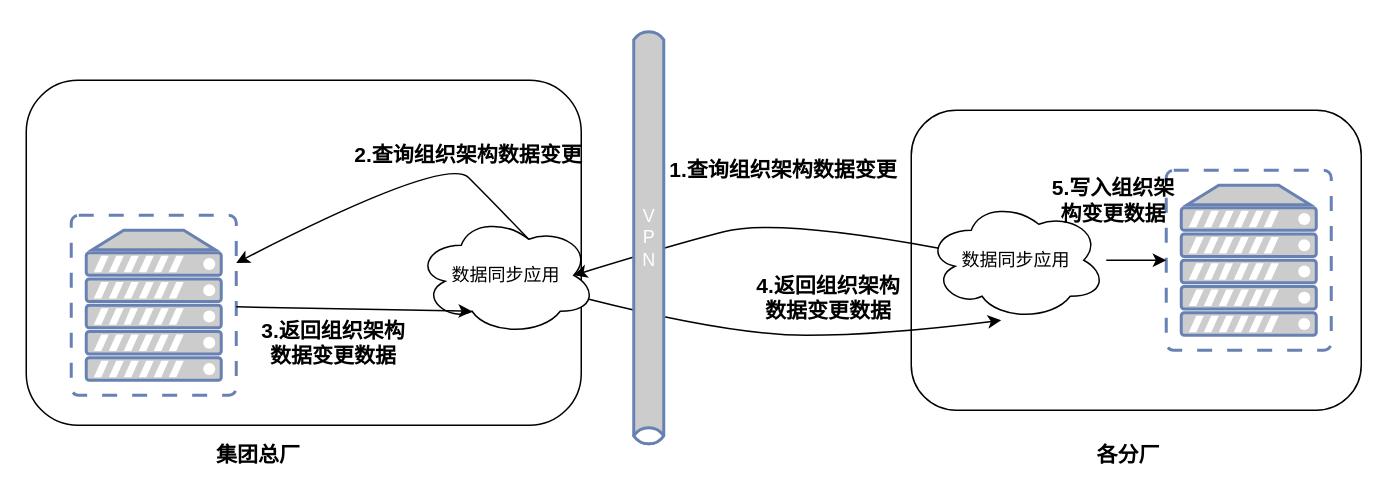
Earlier version of the draw.io diagram supfusion/延长石油/总分厂数据同步.drawio (publisherfk/diagrams). Source tidied: cells renumbered, new cells numbered last; positions are measured from the earlier drawing's top-left corner, leaving out a move shared by most shapes. Both pictures are drawn from the tidied source at 150%, with x=0, y=0 at pixel (26, 27).
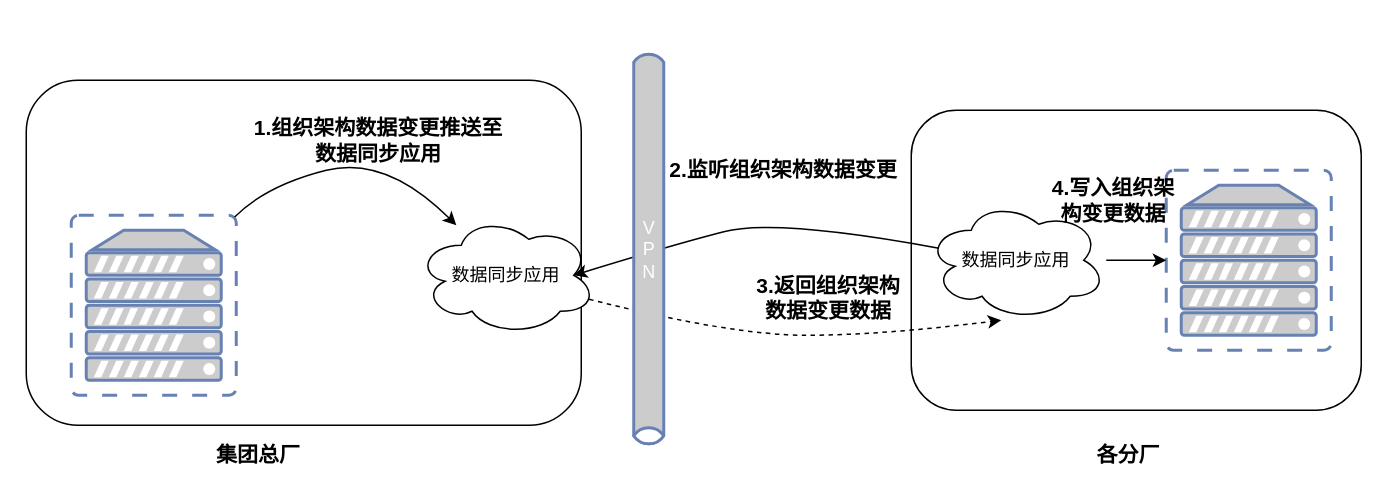
The same diagram, later.

The change refers to these unchanged cells:
```xml
<mxCell id="4" style="fontColor=#0066CC;verticalAlign=top;verticalLabelPosition=bottom;labelPosition=center;align=center;html=1;outlineConnect=0;fillColor=#CCCCCC;strokeColor=#6881B3;gradientColor=none;gradientDirection=north;strokeWidth=2;shape=mxgraph.networks.virtual_server;" parent="1" vertex="1">
  <mxGeometry x="30" y="125" width="110" height="120" as="geometry" />
</mxCell>
<mxCell id="5" value="数据同步应用" style="ellipse;shape=cloud;whiteSpace=wrap;html=1;" parent="1" vertex="1">
  <mxGeometry x="260" y="125" width="120" height="80" as="geometry" />
</mxCell>
```

What changed in the source:
```diff
@@
+    <mxCell id="3" style="rounded=1;whiteSpace=wrap;html=1;fillColor=none;" parent="1" vertex="1">
+      <mxGeometry y="35" width="370" height="230" as="geometry" />
+    </mxCell>
@@
-    <mxCell id="3" style="rounded=1;whiteSpace=wrap;html=1;fillColor=none;" parent="1" vertex="1">
-      <mxGeometry y="35" width="370" height="230" as="geometry" />
-    </mxCell>
@@
-    <mxCell id="9" style="curved=1;endArrow=classic;html=1;exitX=0.625;exitY=0.2;exitDx=0;exitDy=0;exitPerimeter=0;" parent="1" edge="1" source="5" target="4">
-      <mxGeometry relative="1" as="geometry">
-        <Array as="points">
-          <mxPoint x="310" y="115" />
-          <mxPoint x="280" y="85" />
-        </Array>
-      </mxGeometry>
-    </mxCell>
-    <mxCell id="10" value="&lt;b&gt;&lt;font style=&quot;font-size: 14px&quot;&gt;2.查询组织架构数据变更&lt;/font&gt;&lt;/b&gt;" style="text;html=1;strokeColor=none;fillColor=none;align=center;verticalAlign=middle;whiteSpace=wrap;rounded=0;" parent="1" vertex="1">
-      <mxGeometry x="210" y="75" width="170" height="20" as="geometry" />
+    <mxCell id="10" value="&lt;b&gt;&lt;font style=&quot;font-size: 14px&quot;&gt;1.组织架构数据变更推送至数据同步应用&lt;/font&gt;&lt;/b&gt;" style="text;html=1;strokeColor=none;fillColor=none;align=center;verticalAlign=middle;whiteSpace=wrap;rounded=0;" parent="1" vertex="1">
+      <mxGeometry x="150" y="65" width="170" height="20" as="geometry" />
     </mxCell>
-    <mxCell id="11" value="&lt;b&gt;&lt;font style=&quot;font-size: 14px&quot;&gt;3.返回组织架构数据变更数据&lt;/font&gt;&lt;/b&gt;" style="text;html=1;strokeColor=none;fillColor=none;align=center;verticalAlign=middle;whiteSpace=wrap;rounded=0;" parent="1" vertex="1">
-      <mxGeometry x="150" y="185" width="110" height="50" as="geometry" />
-    </mxCell>
-    <mxCell id="12" style="endArrow=classic;html=1;entryX=0.31;entryY=0.8;entryDx=0;entryDy=0;entryPerimeter=0;" parent="1" edge="1" source="4" target="5">
-      <mxGeometry relative="1" as="geometry" />
-    </mxCell>
@@
-    <mxCell id="15" style="curved=1;endArrow=classic;html=1;exitX=0.96;exitY=0.7;exitDx=0;exitDy=0;exitPerimeter=0;" parent="1" edge="1" source="5">
+    <mxCell id="15" style="curved=1;endArrow=classic;html=1;exitX=0.96;exitY=0.7;exitDx=0;exitDy=0;exitPerimeter=0;dashed=1;" parent="1" edge="1" source="5">
       <mxGeometry relative="1" as="geometry">
         <mxPoint x="650" y="195" as="targetPoint" />
         <Array as="points">
           <mxPoint x="470" y="205" />
           <mxPoint x="570" y="205" />
         </Array>
       </mxGeometry>
     </mxCell>
-    <mxCell id="16" value="&lt;b&gt;&lt;font style=&quot;font-size: 14px&quot;&gt;1.查询组织架构数据变更&lt;/font&gt;&lt;/b&gt;" style="text;html=1;strokeColor=none;fillColor=none;align=center;verticalAlign=middle;whiteSpace=wrap;rounded=0;" parent="1" vertex="1">
+    <mxCell id="16" value="&lt;b&gt;&lt;font style=&quot;font-size: 14px&quot;&gt;2.监听组织架构数据变更&lt;/font&gt;&lt;/b&gt;" style="text;html=1;strokeColor=none;fillColor=none;align=center;verticalAlign=middle;whiteSpace=wrap;rounded=0;" parent="1" vertex="1">
       <mxGeometry x="420" y="85" width="170" height="20" as="geometry" />
     </mxCell>
-    <mxCell id="17" value="&lt;b&gt;&lt;font style=&quot;font-size: 14px&quot;&gt;4.返回组织架构数据变更数据&lt;/font&gt;&lt;/b&gt;" style="text;html=1;strokeColor=none;fillColor=none;align=center;verticalAlign=middle;whiteSpace=wrap;rounded=0;" parent="1" vertex="1">
+    <mxCell id="17" value="&lt;b&gt;&lt;font style=&quot;font-size: 14px&quot;&gt;3.返回组织架构数据变更数据&lt;/font&gt;&lt;/b&gt;" style="text;html=1;strokeColor=none;fillColor=none;align=center;verticalAlign=middle;whiteSpace=wrap;rounded=0;" parent="1" vertex="1">
       <mxGeometry x="480" y="155" width="110" height="50" as="geometry" />
     </mxCell>
-    <mxCell id="18" value="&lt;b&gt;&lt;font style=&quot;font-size: 14px&quot;&gt;5.写入组织架构变更数据&lt;/font&gt;&lt;/b&gt;" style="text;html=1;strokeColor=none;fillColor=none;align=center;verticalAlign=middle;whiteSpace=wrap;rounded=0;" parent="1" vertex="1">
+    <mxCell id="18" value="&lt;b&gt;&lt;font style=&quot;font-size: 14px&quot;&gt;4.写入组织架构变更数据&lt;/font&gt;&lt;/b&gt;" style="text;html=1;strokeColor=none;fillColor=none;align=center;verticalAlign=middle;whiteSpace=wrap;rounded=0;" parent="1" vertex="1">
       <mxGeometry x="680" y="105" width="90" height="20" as="geometry" />
     </mxCell>
@@
     <mxCell id="20" value="V&lt;br&gt;P&lt;br&gt;N" style="html=1;fillColor=#CCCCCC;strokeColor=#6881B3;gradientColor=none;gradientDirection=north;strokeWidth=2;shape=mxgraph.networks.bus;gradientColor=none;gradientDirection=north;fontColor=#ffffff;perimeter=backbonePerimeter;backboneSize=20;direction=south;" parent="1" vertex="1">
-      <mxGeometry x="400" width="30" height="280" as="geometry" />
+      <mxGeometry x="400" y="15" width="30" height="265" as="geometry" />
     </mxCell>
+    <mxCell id="12" style="curved=1;endArrow=classic;html=1;exitX=0.99;exitY=0.01;exitDx=0;exitDy=0;exitPerimeter=0;" parent="1" edge="1" source="4" target="5">
+      <mxGeometry relative="1" as="geometry">
+        <Array as="points">
+          <mxPoint x="160" y="105" />
+          <mxPoint x="240" y="85" />
+        </Array>
+      </mxGeometry>
+    </mxCell>
```
